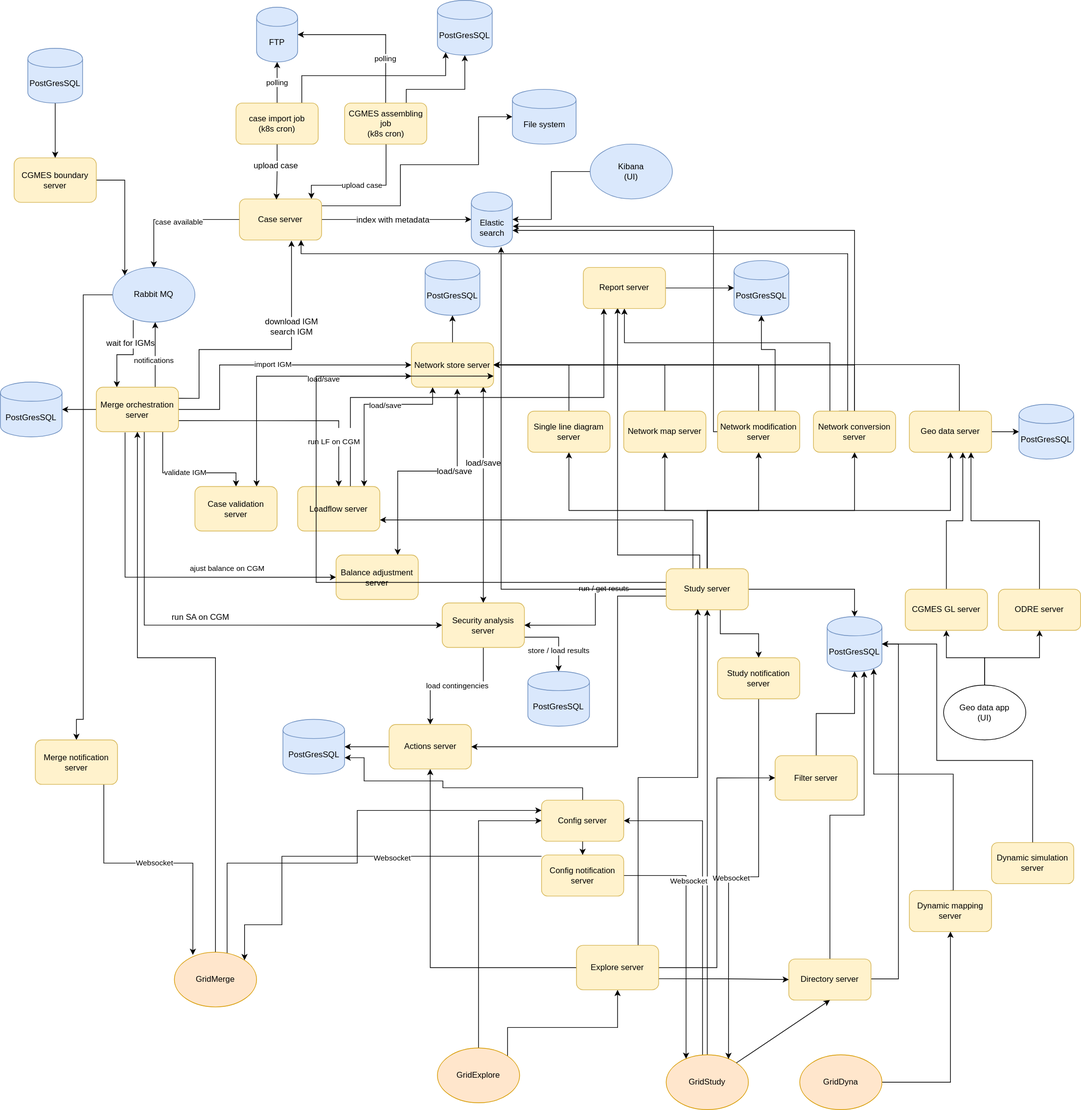
Before: diagrams/gridsuite_architecture.svg, a diagram exported from draw.io (gridsuite/documentation). Source tidied: cells renumbered, new cells last; positions are measured from the earlier drawing's top-left corner, leaving out a move shared by most shapes.
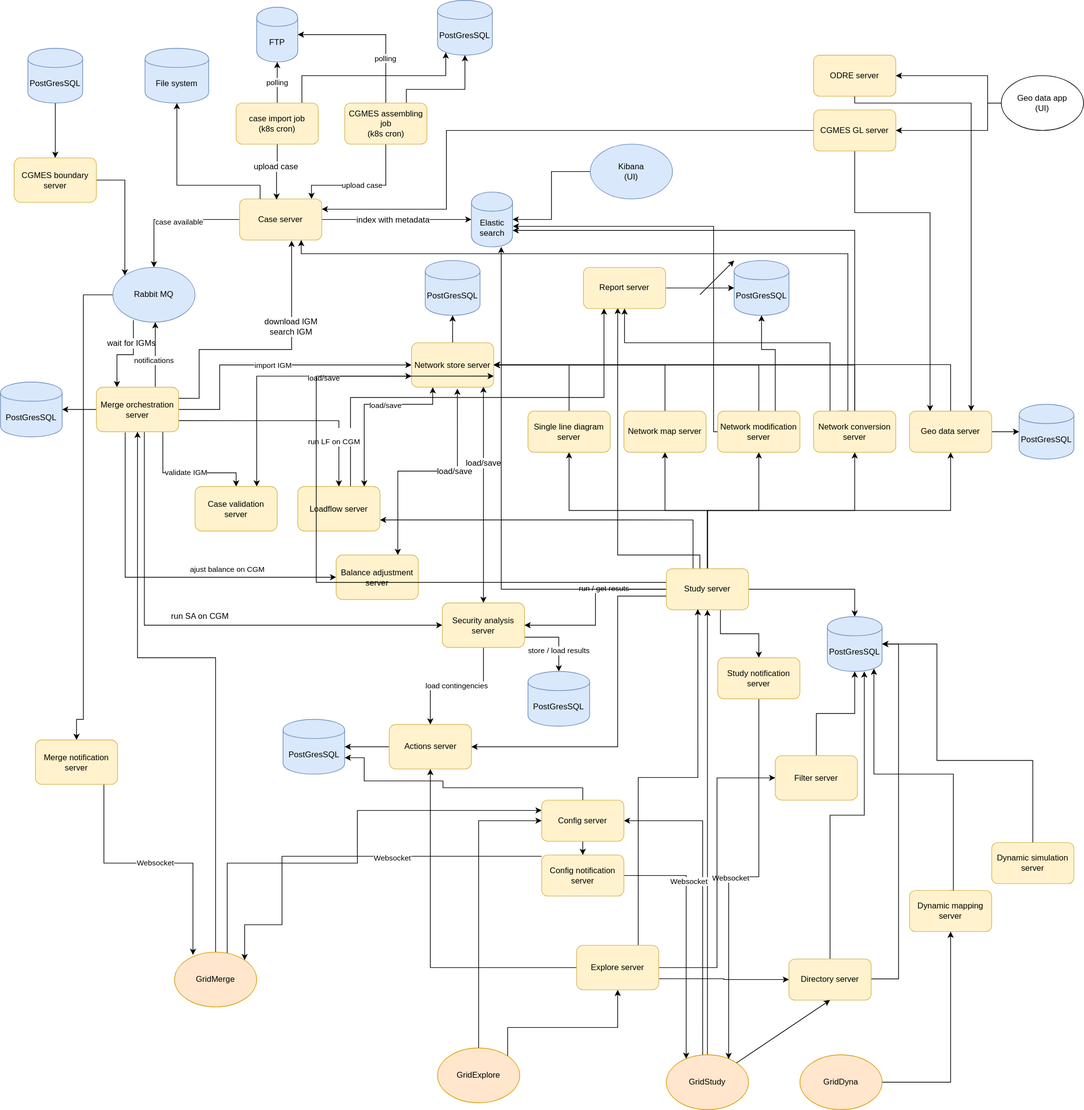
Later version of the same file.

Commit message:
docs(): Maj diagram with link between CGMES GL server and case server.

Change to the diagram source:
```diff
@@ -25,16 +25,6 @@
         </Array>
       </mxGeometry>
     </mxCell>
-    <mxCell id="7" style="edgeStyle=orthogonalEdgeStyle;rounded=0;jettySize=auto;html=1;entryX=0;entryY=0.5;entryDx=0;entryDy=0;" parent="1" edge="1" source="8" target="104">
-      <mxGeometry relative="1" as="geometry">
-        <Array as="points">
-          <mxPoint x="584" y="300" />
-          <mxPoint x="584" y="240" />
-          <mxPoint x="698" y="240" />
-          <mxPoint x="698" y="170" />
-        </Array>
-      </mxGeometry>
-    </mxCell>
     <mxCell id="8" value="Case server" style="rounded=1;whiteSpace=wrap;html=1;fillColor=#fff2cc;strokeColor=#d6b656;" parent="1" vertex="1">
       <mxGeometry x="349" y="290" width="120" height="60" as="geometry" />
     </mxCell>
@@ -411,12 +401,11 @@
     <mxCell id="89" value="Network map server" style="rounded=1;whiteSpace=wrap;html=1;fillColor=#fff2cc;strokeColor=#d6b656;" parent="1" vertex="1">
       <mxGeometry x="910" y="600" width="120" height="60" as="geometry" />
     </mxCell>
-    <mxCell id="90" style="edgeStyle=orthogonalEdgeStyle;rounded=0;orthogonalLoop=1;jettySize=auto;html=1;exitX=0.5;exitY=0;exitDx=0;exitDy=0;" parent="1" edge="1">
+    <mxCell id="90" style="edgeStyle=orthogonalEdgeStyle;rounded=0;jettySize=auto;html=1;exitX=0.5;exitY=0;exitDx=0;exitDy=0;" parent="1" edge="1" source="92">
       <mxGeometry relative="1" as="geometry">
-        <mxPoint x="1400" y="602" as="sourcePoint" />
         <mxPoint x="720" y="532" as="targetPoint" />
         <Array as="points">
-          <mxPoint x="1400" y="532" />
+          <mxPoint x="1387" y="532" />
         </Array>
       </mxGeometry>
     </mxCell>
@@ -429,26 +418,54 @@
     <mxCell id="93" value="PostGresSQL" style="shape=cylinder;whiteSpace=wrap;html=1;boundedLbl=1;backgroundOutline=1;fillColor=#dae8fc;strokeColor=#6c8ebf;" parent="1" vertex="1">
       <mxGeometry x="1487" y="590" width="80" height="80" as="geometry" />
     </mxCell>
-    <mxCell id="94" style="edgeStyle=orthogonalEdgeStyle;rounded=0;jettySize=auto;html=1;entryX=0.65;entryY=1;entryDx=0;entryDy=0;entryPerimeter=0;" parent="1" edge="1" source="95" target="92">
-      <mxGeometry relative="1" as="geometry" />
+    <mxCell id="94" style="edgeStyle=orthogonalEdgeStyle;rounded=0;jettySize=auto;html=1;entryX=0.25;entryY=0;entryDx=0;entryDy=0;exitX=0.5;exitY=1;exitDx=0;exitDy=0;" parent="1" edge="1" source="95" target="92">
+      <mxGeometry relative="1" as="geometry">
+        <Array as="points">
+          <mxPoint x="1247" y="310" />
+          <mxPoint x="1357" y="310" />
+        </Array>
+      </mxGeometry>
     </mxCell>
+    <mxCell id="152" style="edgeStyle=orthogonalEdgeStyle;rounded=0;jettySize=auto;html=1;exitX=0;exitY=0.5;exitDx=0;exitDy=0;entryX=1;entryY=0.25;entryDx=0;entryDy=0;" parent="1" edge="1" source="95" target="8">
+      <mxGeometry relative="1" as="geometry">
+        <Array as="points">
+          <mxPoint x="651" y="190" />
+          <mxPoint x="651" y="305" />
+        </Array>
+      </mxGeometry>
+    </mxCell>
     <mxCell id="95" value="CGMES GL server" style="rounded=1;whiteSpace=wrap;html=1;fillColor=#fff2cc;strokeColor=#d6b656;" parent="1" vertex="1">
-      <mxGeometry x="1321" y="860" width="120" height="60" as="geometry" />
+      <mxGeometry x="1187" y="160" width="120" height="60" as="geometry" />
     </mxCell>
-    <mxCell id="96" style="edgeStyle=orthogonalEdgeStyle;rounded=0;jettySize=auto;html=1;entryX=0.75;entryY=1;entryDx=0;entryDy=0;exitX=0.5;exitY=0;exitDx=0;exitDy=0;" parent="1" edge="1" source="97" target="92">
-      <mxGeometry relative="1" as="geometry" />
+    <mxCell id="96" style="edgeStyle=orthogonalEdgeStyle;rounded=0;jettySize=auto;html=1;entryX=0.75;entryY=0;entryDx=0;entryDy=0;exitX=0.5;exitY=1;exitDx=0;exitDy=0;" parent="1" edge="1" source="97" target="92">
+      <mxGeometry relative="1" as="geometry">
+        <Array as="points">
+          <mxPoint x="1247" y="150" />
+          <mxPoint x="1417" y="150" />
+        </Array>
+      </mxGeometry>
     </mxCell>
     <mxCell id="97" value="ODRE server" style="rounded=1;whiteSpace=wrap;html=1;fillColor=#fff2cc;strokeColor=#d6b656;" parent="1" vertex="1">
-      <mxGeometry x="1457" y="860" width="120" height="60" as="geometry" />
+      <mxGeometry x="1187" y="80" width="120" height="60" as="geometry" />
     </mxCell>
-    <mxCell id="98" style="edgeStyle=orthogonalEdgeStyle;rounded=0;jettySize=auto;html=1;" parent="1" edge="1" source="100" target="95">
-      <mxGeometry relative="1" as="geometry" />
+    <mxCell id="98" style="edgeStyle=orthogonalEdgeStyle;rounded=0;jettySize=auto;html=1;entryX=1;entryY=0.5;entryDx=0;entryDy=0;exitX=0;exitY=0.5;exitDx=0;exitDy=0;" parent="1" edge="1" source="100" target="95">
+      <mxGeometry relative="1" as="geometry">
+        <Array as="points">
+          <mxPoint x="1441" y="150" />
+          <mxPoint x="1441" y="190" />
+        </Array>
+      </mxGeometry>
     </mxCell>
-    <mxCell id="99" style="edgeStyle=orthogonalEdgeStyle;rounded=0;jettySize=auto;html=1;entryX=0.5;entryY=1;entryDx=0;entryDy=0;" parent="1" edge="1" source="100" target="97">
-      <mxGeometry relative="1" as="geometry" />
+    <mxCell id="99" style="edgeStyle=orthogonalEdgeStyle;rounded=0;jettySize=auto;html=1;entryX=1;entryY=0.5;entryDx=0;entryDy=0;exitX=0;exitY=0.5;exitDx=0;exitDy=0;" parent="1" edge="1" source="100" target="97">
+      <mxGeometry relative="1" as="geometry">
+        <Array as="points">
+          <mxPoint x="1441" y="150" />
+          <mxPoint x="1441" y="110" />
+        </Array>
+      </mxGeometry>
     </mxCell>
     <mxCell id="100" value="&lt;div&gt;Geo data app &lt;br&gt;&lt;/div&gt;&lt;div&gt;(UI)&lt;/div&gt;" style="ellipse;whiteSpace=wrap;html=1;" parent="1" vertex="1">
-      <mxGeometry x="1377" y="1000" width="120" height="80" as="geometry" />
+      <mxGeometry x="1461" y="110" width="120" height="80" as="geometry" />
     </mxCell>
     <mxCell id="101" style="edgeStyle=orthogonalEdgeStyle;rounded=0;jettySize=auto;html=1;entryX=0.5;entryY=1;entryDx=0;entryDy=0;" parent="1" edge="1" source="103" target="47">
       <mxGeometry relative="1" as="geometry">
@@ -471,7 +488,7 @@
       <mxGeometry x="254" y="1390" width="120" height="80" as="geometry" />
     </mxCell>
     <mxCell id="104" value="File system" style="shape=cylinder;whiteSpace=wrap;html=1;boundedLbl=1;backgroundOutline=1;fillColor=#dae8fc;strokeColor=#6c8ebf;" parent="1" vertex="1">
-      <mxGeometry x="747.5" y="130" width="93" height="80" as="geometry" />
+      <mxGeometry x="211" y="70" width="93" height="80" as="geometry" />
     </mxCell>
     <mxCell id="105" style="edgeStyle=orthogonalEdgeStyle;rounded=0;jettySize=auto;html=1;entryX=1;entryY=0.5;entryDx=0;entryDy=0;" parent="1" edge="1" source="106" target="26">
       <mxGeometry relative="1" as="geometry" />
@@ -663,5 +680,19 @@
     <mxCell id="151" value="PostGresSQL" style="shape=cylinder;whiteSpace=wrap;html=1;boundedLbl=1;backgroundOutline=1;fillColor=#dae8fc;strokeColor=#6c8ebf;" parent="1" vertex="1">
       <mxGeometry x="620" y="380" width="80" height="80" as="geometry" />
     </mxCell>
+    <mxCell id="7" style="endArrow=classic;html=1;rounded=0;entryX=0.5;entryY=1;entryDx=0;entryDy=0;exitX=0.25;exitY=0;exitDx=0;exitDy=0;edgeStyle=orthogonalEdgeStyle;" parent="1" edge="1" source="8" target="104">
+      <mxGeometry relative="1" as="geometry">
+        <Array as="points">
+          <mxPoint x="379" y="270" />
+          <mxPoint x="258" y="270" />
+        </Array>
+      </mxGeometry>
+    </mxCell>
+    <mxCell id="153" style="endArrow=classic;html=1;rounded=0;" parent="1" edge="1">
+      <mxGeometry relative="1" as="geometry">
+        <mxPoint x="1021" y="430" as="sourcePoint" />
+        <mxPoint x="1071" y="380" as="targetPoint" />
+      </mxGeometry>
+    </mxCell>
   </root>
 </mxGraphModel>
```
